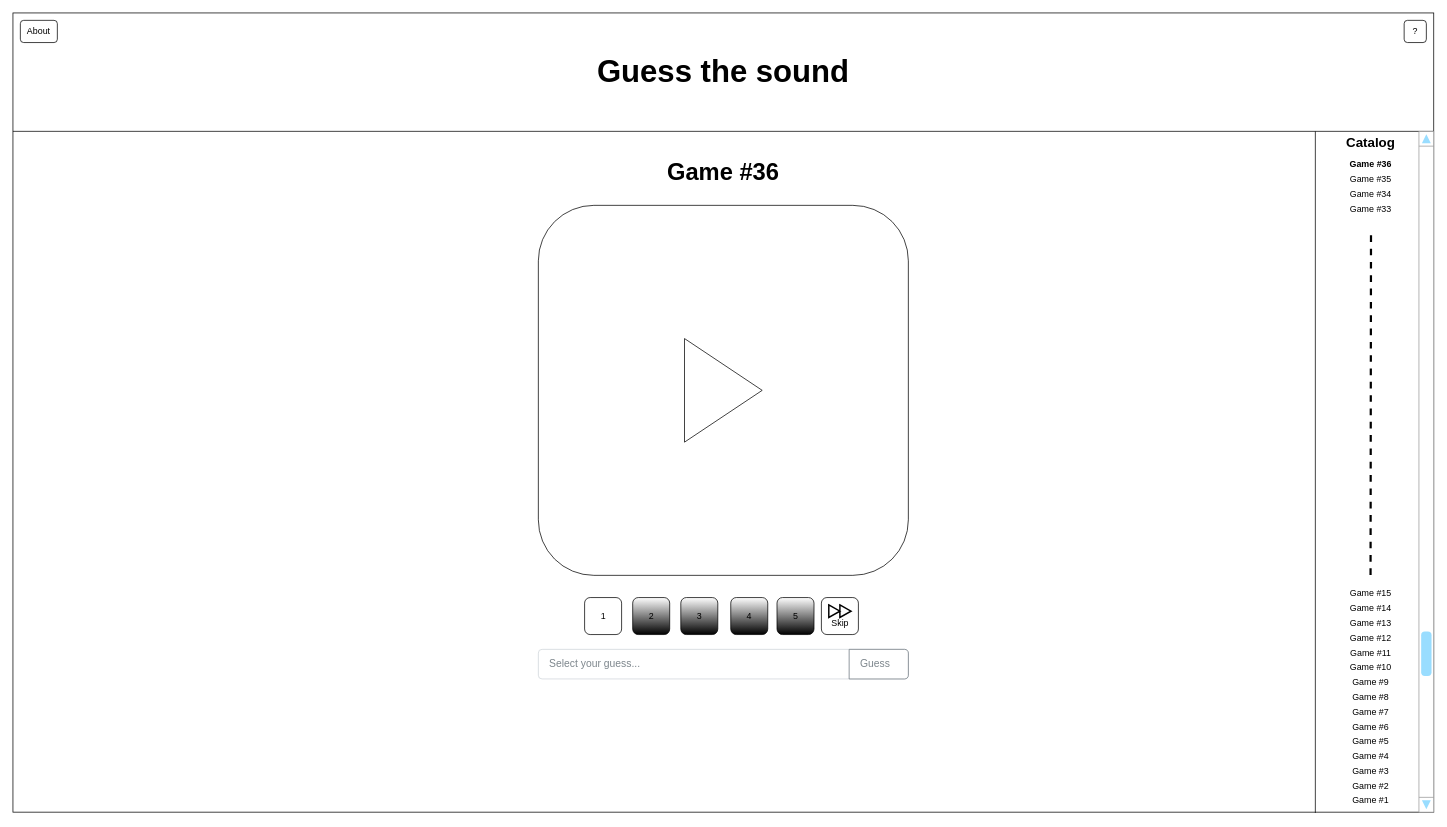
SmariF89/guess-sound keeps this draw.io diagram as design/guess_sound_frontpage.drawio. Above is the earlier version. Source tidied: cells renumbered, new cells numbered last; positions are measured from the earlier drawing's top-left corner, leaving out a move shared by most shapes. Both pictures are drawn from the tidied source at 74%, with x=0, y=0 at pixel (13, 13).
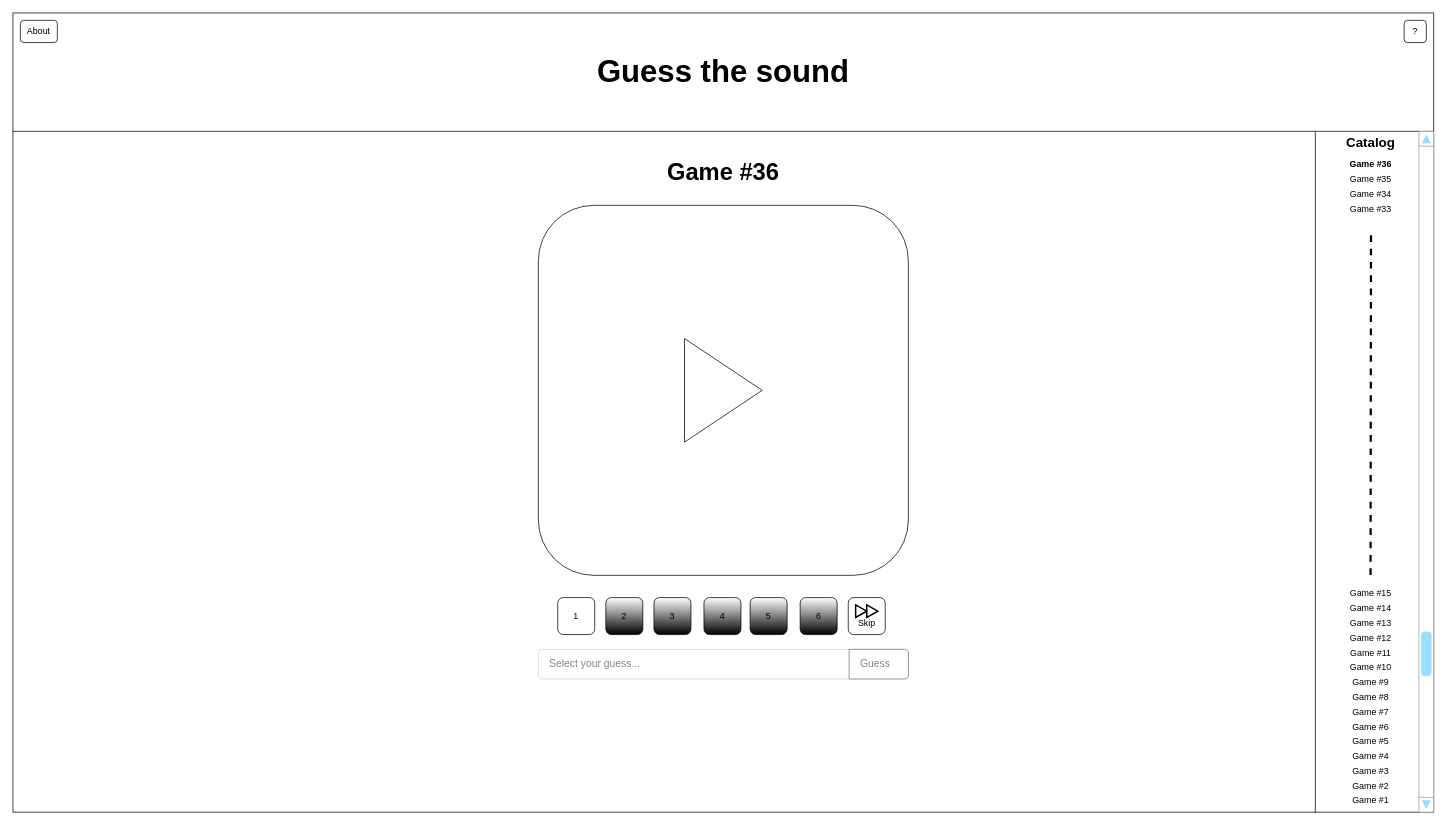
After the change.

Commit message:
Improved wireframe.

What changed in the source:
```diff
@@
     <mxCell id="9" value="1" style="rounded=1;whiteSpace=wrap;html=1;" parent="1" vertex="1">
-      <mxGeometry x="772.5" y="790" width="50" height="50" as="geometry" />
+      <mxGeometry x="736.2" y="790" width="50" height="50" as="geometry" />
     </mxCell>
     <mxCell id="10" value="2" style="rounded=1;whiteSpace=wrap;html=1;gradientColor=default;" parent="1" vertex="1">
-      <mxGeometry x="837.5" y="790" width="50" height="50" as="geometry" />
+      <mxGeometry x="801.2" y="790" width="50" height="50" as="geometry" />
     </mxCell>
     <mxCell id="11" value="3" style="rounded=1;whiteSpace=wrap;html=1;gradientColor=default;" parent="1" vertex="1">
-      <mxGeometry x="902.5" y="790" width="50" height="50" as="geometry" />
+      <mxGeometry x="866.2" y="790" width="50" height="50" as="geometry" />
     </mxCell>
     <mxCell id="12" value="4" style="rounded=1;whiteSpace=wrap;html=1;gradientColor=default;" parent="1" vertex="1">
-      <mxGeometry x="970" y="790" width="50" height="50" as="geometry" />
+      <mxGeometry x="933.8" y="790" width="50" height="50" as="geometry" />
     </mxCell>
     <mxCell id="13" value="5" style="rounded=1;whiteSpace=wrap;html=1;gradientColor=default;" parent="1" vertex="1">
-      <mxGeometry x="1032.5" y="790" width="50" height="50" as="geometry" />
+      <mxGeometry x="996.2" y="790" width="50" height="50" as="geometry" />
     </mxCell>
@@
     <mxCell id="16" style="rounded=1;whiteSpace=wrap;html=1;" parent="1" vertex="1">
-      <mxGeometry x="1092.5" y="790" width="50" height="50" as="geometry" />
+      <mxGeometry x="1128.8" y="790" width="50" height="50" as="geometry" />
     </mxCell>
     <mxCell id="17" style="html=1;verticalLabelPosition=bottom;align=center;labelBackgroundColor=#ffffff;verticalAlign=top;strokeWidth=2;strokeColor=#000000;shadow=0;dashed=0;shape=mxgraph.ios7.icons.forward;" parent="1" vertex="1">
-      <mxGeometry x="1102.5" y="800" width="30" height="16.8" as="geometry" />
+      <mxGeometry x="1138.8" y="800" width="30" height="16.8" as="geometry" />
     </mxCell>
     <mxCell id="18" value="Skip&lt;br&gt;" style="text;html=1;strokeColor=none;fillColor=none;align=center;verticalAlign=middle;whiteSpace=wrap;rounded=0;" parent="1" vertex="1">
-      <mxGeometry x="1087.5" y="810" width="60" height="30" as="geometry" />
+      <mxGeometry x="1123.8" y="810" width="60" height="30" as="geometry" />
     </mxCell>
@@
+    <mxCell id="43" value="6" style="rounded=1;whiteSpace=wrap;html=1;gradientColor=default;" parent="1" vertex="1">
+      <mxGeometry x="1063.8" y="790" width="50" height="50" as="geometry" />
+    </mxCell>
```
